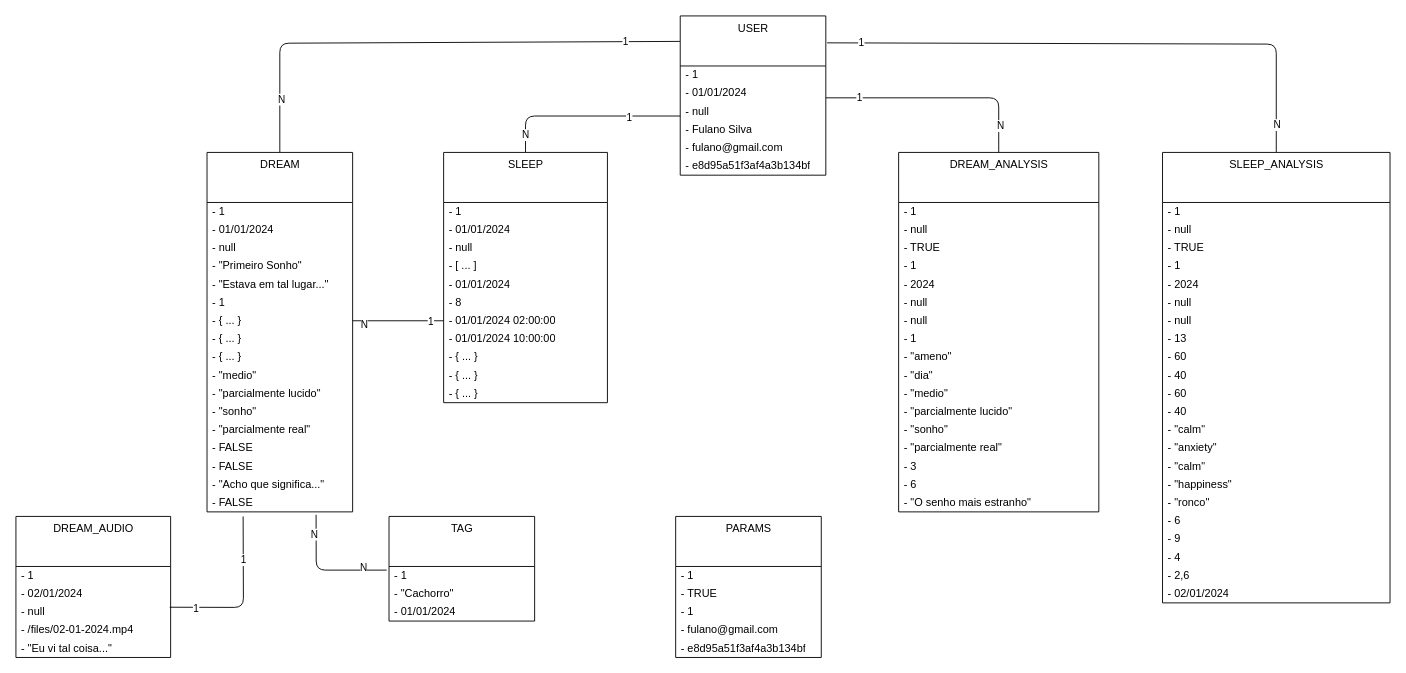
The draw.io diagram docs/diagrama_classe_analise_objeto.drawio in raisson-souza/morfeus-backend, before the edit. Source tidied: cells renumbered, new cells numbered last; positions are measured from the earlier drawing's top-left corner, leaving out a move shared by most shapes. Both pictures are drawn from the tidied source at 91%, with x=0, y=0 at pixel (15, 15).
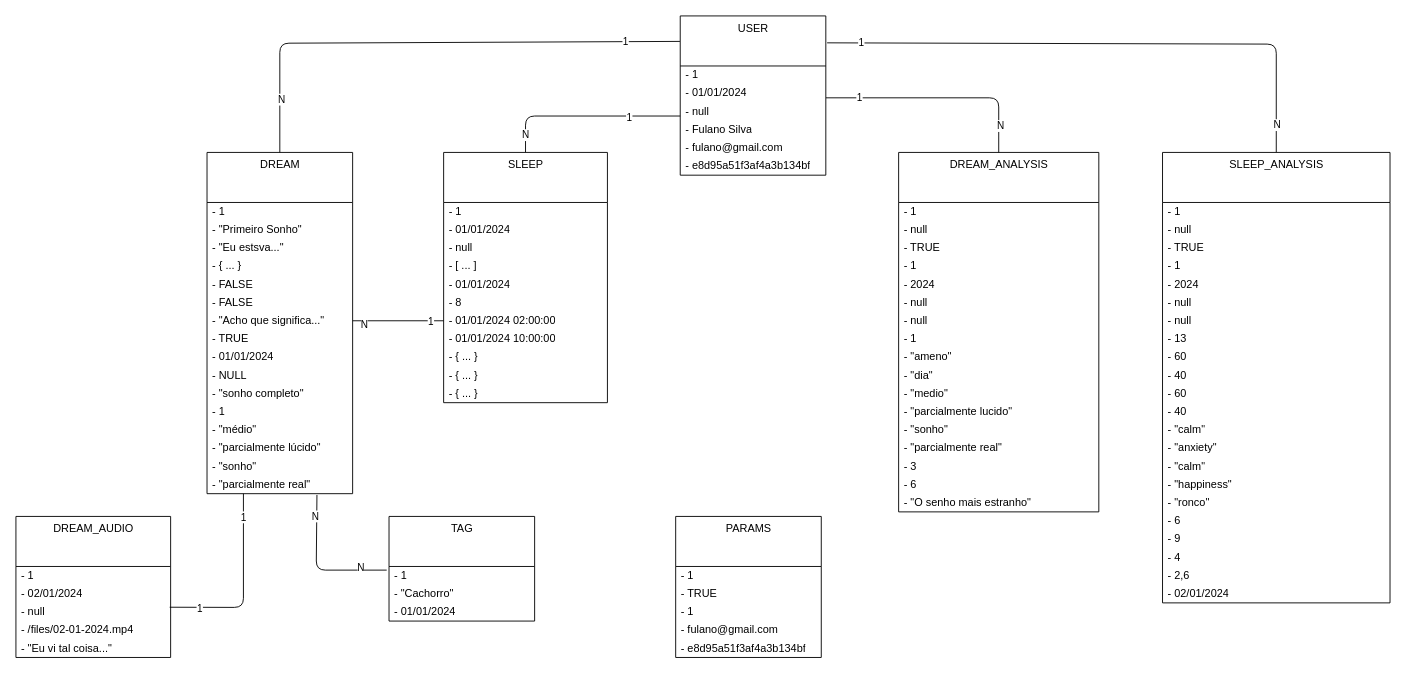
Above is the later version.

Commit message (it also covers changes not shown here):
Ajuste no driagrama de classe e objeto do sonho.

Unchanged cells that the change refers to:
```xml
<mxCell id="43" value="- 1" style="text;html=1;strokeColor=none;fillColor=none;align=left;verticalAlign=middle;spacingLeft=4;spacingRight=4;overflow=hidden;points=[[0,0.5],[1,0.5]];portConstraint=eastwest;rounded=0;strokeWidth=1;" parent="42" vertex="1">
  <mxGeometry y="55" width="160" height="20" as="geometry" />
</mxCell>
<mxCell id="60" value="- null" style="text;html=1;strokeColor=none;fillColor=none;align=left;verticalAlign=middle;spacingLeft=4;spacingRight=4;overflow=hidden;points=[[0,0.5],[1,0.5]];portConstraint=eastwest;rounded=0;strokeWidth=1;" parent="57" vertex="1">
  <mxGeometry y="95" width="170" height="20" as="geometry" />
</mxCell>
```

What changed in the source:
```diff
@@
     <mxCell id="24" value="DREAM" style="swimlane;fontStyle=0;align=center;verticalAlign=top;horizontal=1;startSize=55;html=1;rounded=0;strokeColor=default;strokeWidth=1;" parent="1" vertex="1">
-      <mxGeometry x="210" y="150" width="160" height="395" as="geometry" />
+      <mxGeometry x="210" y="150" width="160" height="375" as="geometry" />
     </mxCell>
@@
-    <mxCell id="26" value="- 01/01/2024" style="text;html=1;strokeColor=none;fillColor=none;align=left;verticalAlign=middle;spacingLeft=4;spacingRight=4;overflow=hidden;rounded=0;strokeWidth=1;" parent="24" vertex="1">
+    <mxCell id="26" value="- &quot;Primeiro Sonho&quot;" style="text;html=1;strokeColor=none;fillColor=none;align=left;verticalAlign=middle;spacingLeft=4;spacingRight=4;overflow=hidden;rounded=0;strokeWidth=1;" parent="24" vertex="1">
       <mxGeometry y="75" width="160" height="20" as="geometry" />
     </mxCell>
-    <mxCell id="27" value="- null" style="text;html=1;strokeColor=none;fillColor=none;align=left;verticalAlign=middle;spacingLeft=4;spacingRight=4;overflow=hidden;rounded=0;strokeWidth=1;" parent="24" vertex="1">
+    <mxCell id="27" value="- &quot;Eu estsva...&quot;" style="text;html=1;strokeColor=none;fillColor=none;align=left;verticalAlign=middle;spacingLeft=4;spacingRight=4;overflow=hidden;rounded=0;strokeWidth=1;" parent="24" vertex="1">
       <mxGeometry y="95" width="160" height="20" as="geometry" />
     </mxCell>
-    <mxCell id="28" value="- &quot;Primeiro Sonho&quot;" style="text;html=1;strokeColor=none;fillColor=none;align=left;verticalAlign=middle;spacingLeft=4;spacingRight=4;overflow=hidden;rounded=0;strokeWidth=1;" parent="24" vertex="1">
+    <mxCell id="28" value="- { ... }" style="text;html=1;strokeColor=none;fillColor=none;align=left;verticalAlign=middle;spacingLeft=4;spacingRight=4;overflow=hidden;rounded=0;strokeWidth=1;" parent="24" vertex="1">
       <mxGeometry y="115" width="160" height="20" as="geometry" />
     </mxCell>
-    <mxCell id="29" value="- &quot;Estava em tal lugar...&quot;" style="text;html=1;strokeColor=none;fillColor=none;align=left;verticalAlign=middle;spacingLeft=4;spacingRight=4;overflow=hidden;rounded=0;strokeWidth=1;" parent="24" vertex="1">
+    <mxCell id="29" value="- FALSE" style="text;html=1;strokeColor=none;fillColor=none;align=left;verticalAlign=middle;spacingLeft=4;spacingRight=4;overflow=hidden;rounded=0;strokeWidth=1;" parent="24" vertex="1">
       <mxGeometry y="135" width="160" height="20" as="geometry" />
     </mxCell>
-    <mxCell id="30" value="- 1" style="text;html=1;strokeColor=none;fillColor=none;align=left;verticalAlign=middle;spacingLeft=4;spacingRight=4;overflow=hidden;rounded=0;strokeWidth=1;" parent="24" vertex="1">
+    <mxCell id="30" value="- FALSE" style="text;html=1;strokeColor=none;fillColor=none;align=left;verticalAlign=middle;spacingLeft=4;spacingRight=4;overflow=hidden;rounded=0;strokeWidth=1;" parent="24" vertex="1">
       <mxGeometry y="155" width="160" height="20" as="geometry" />
     </mxCell>
-    <mxCell id="31" value="- { ... }" style="text;html=1;strokeColor=none;fillColor=none;align=left;verticalAlign=middle;spacingLeft=4;spacingRight=4;overflow=hidden;points=[[0,0.5],[1,0.5]];portConstraint=eastwest;rounded=0;strokeWidth=1;" parent="24" vertex="1">
+    <mxCell id="31" value="- &quot;Acho que significa...&quot;" style="text;html=1;strokeColor=none;fillColor=none;align=left;verticalAlign=middle;spacingLeft=4;spacingRight=4;overflow=hidden;points=[[0,0.5],[1,0.5]];portConstraint=eastwest;rounded=0;strokeWidth=1;" parent="24" vertex="1">
       <mxGeometry y="175" width="160" height="20" as="geometry" />
     </mxCell>
-    <mxCell id="32" value="- { ... }" style="text;html=1;strokeColor=none;fillColor=none;align=left;verticalAlign=middle;spacingLeft=4;spacingRight=4;overflow=hidden;rounded=0;strokeWidth=1;" parent="24" vertex="1">
+    <mxCell id="32" value="- TRUE" style="text;html=1;strokeColor=none;fillColor=none;align=left;verticalAlign=middle;spacingLeft=4;spacingRight=4;overflow=hidden;rounded=0;strokeWidth=1;" parent="24" vertex="1">
       <mxGeometry y="195" width="160" height="20" as="geometry" />
     </mxCell>
-    <mxCell id="33" value="- { ... }" style="text;html=1;strokeColor=none;fillColor=none;align=left;verticalAlign=middle;spacingLeft=4;spacingRight=4;overflow=hidden;rounded=0;strokeWidth=1;" parent="24" vertex="1">
+    <mxCell id="33" value="- 01/01/2024" style="text;html=1;strokeColor=none;fillColor=none;align=left;verticalAlign=middle;spacingLeft=4;spacingRight=4;overflow=hidden;rounded=0;strokeWidth=1;" parent="24" vertex="1">
       <mxGeometry y="215" width="160" height="20" as="geometry" />
     </mxCell>
-    <mxCell id="34" value="- &quot;medio&quot;" style="text;html=1;strokeColor=none;fillColor=none;align=left;verticalAlign=middle;spacingLeft=4;spacingRight=4;overflow=hidden;rounded=0;strokeWidth=1;" parent="24" vertex="1">
+    <mxCell id="34" value="- NULL" style="text;html=1;strokeColor=none;fillColor=none;align=left;verticalAlign=middle;spacingLeft=4;spacingRight=4;overflow=hidden;rounded=0;strokeWidth=1;" parent="24" vertex="1">
       <mxGeometry y="235" width="160" height="20" as="geometry" />
     </mxCell>
-    <mxCell id="35" value="- &quot;parcialmente lucido&quot;" style="text;html=1;strokeColor=none;fillColor=none;align=left;verticalAlign=middle;spacingLeft=4;spacingRight=4;overflow=hidden;rounded=0;strokeWidth=1;" parent="24" vertex="1">
+    <mxCell id="35" value="- &quot;sonho completo&quot;" style="text;html=1;strokeColor=none;fillColor=none;align=left;verticalAlign=middle;spacingLeft=4;spacingRight=4;overflow=hidden;rounded=0;strokeWidth=1;" parent="24" vertex="1">
       <mxGeometry y="255" width="160" height="20" as="geometry" />
     </mxCell>
-    <mxCell id="36" value="- &quot;sonho&quot;" style="text;html=1;strokeColor=none;fillColor=none;align=left;verticalAlign=middle;spacingLeft=4;spacingRight=4;overflow=hidden;rounded=0;strokeWidth=1;" parent="24" vertex="1">
+    <mxCell id="36" value="- 1" style="text;html=1;strokeColor=none;fillColor=none;align=left;verticalAlign=middle;spacingLeft=4;spacingRight=4;overflow=hidden;rounded=0;strokeWidth=1;" parent="24" vertex="1">
       <mxGeometry y="275" width="160" height="20" as="geometry" />
     </mxCell>
-    <mxCell id="37" value="- &quot;parcialmente real&quot;" style="text;html=1;strokeColor=none;fillColor=none;align=left;verticalAlign=middle;spacingLeft=4;spacingRight=4;overflow=hidden;rounded=0;strokeWidth=1;" parent="24" vertex="1">
+    <mxCell id="37" value="- &quot;médio&quot;" style="text;html=1;strokeColor=none;fillColor=none;align=left;verticalAlign=middle;spacingLeft=4;spacingRight=4;overflow=hidden;rounded=0;strokeWidth=1;" parent="24" vertex="1">
       <mxGeometry y="295" width="160" height="20" as="geometry" />
     </mxCell>
-    <mxCell id="38" value="- FALSE" style="text;html=1;strokeColor=none;fillColor=none;align=left;verticalAlign=middle;spacingLeft=4;spacingRight=4;overflow=hidden;rounded=0;strokeWidth=1;" parent="24" vertex="1">
+    <mxCell id="38" value="- &quot;parcialmente lúcido&quot;" style="text;html=1;strokeColor=none;fillColor=none;align=left;verticalAlign=middle;spacingLeft=4;spacingRight=4;overflow=hidden;rounded=0;strokeWidth=1;" parent="24" vertex="1">
       <mxGeometry y="315" width="160" height="20" as="geometry" />
     </mxCell>
-    <mxCell id="39" value="- FALSE" style="text;html=1;strokeColor=none;fillColor=none;align=left;verticalAlign=middle;spacingLeft=4;spacingRight=4;overflow=hidden;rounded=0;strokeWidth=1;" parent="24" vertex="1">
+    <mxCell id="39" value="- &quot;sonho&quot;" style="text;html=1;strokeColor=none;fillColor=none;align=left;verticalAlign=middle;spacingLeft=4;spacingRight=4;overflow=hidden;rounded=0;strokeWidth=1;" parent="24" vertex="1">
       <mxGeometry y="335" width="160" height="20" as="geometry" />
     </mxCell>
-    <mxCell id="40" value="- &quot;Acho que significa...&quot;" style="text;html=1;strokeColor=none;fillColor=none;align=left;verticalAlign=middle;spacingLeft=4;spacingRight=4;overflow=hidden;points=[[0,0.5],[1,0.5]];portConstraint=eastwest;rounded=0;strokeWidth=1;" parent="24" vertex="1">
+    <mxCell id="40" value="- &quot;parcialmente real&quot;" style="text;html=1;strokeColor=none;fillColor=none;align=left;verticalAlign=middle;spacingLeft=4;spacingRight=4;overflow=hidden;points=[[0,0.5],[1,0.5]];portConstraint=eastwest;rounded=0;strokeWidth=1;" parent="24" vertex="1">
       <mxGeometry y="355" width="160" height="20" as="geometry" />
     </mxCell>
-    <mxCell id="41" value="- FALSE" style="text;html=1;strokeColor=none;fillColor=none;align=left;verticalAlign=middle;spacingLeft=4;spacingRight=4;overflow=hidden;points=[[0,0.5],[1,0.5]];portConstraint=eastwest;rounded=0;strokeWidth=1;" parent="24" vertex="1">
-      <mxGeometry y="375" width="160" height="20" as="geometry" />
-    </mxCell>
@@
-    <mxCell id="52" style="edgeStyle=none;html=1;entryX=-0.016;entryY=0.2;entryDx=0;entryDy=0;endArrow=none;endFill=0;exitX=0.749;exitY=1.16;exitDx=0;exitDy=0;exitPerimeter=0;entryPerimeter=0;" parent="1" edge="1" source="41" target="43">
+    <mxCell id="52" style="edgeStyle=none;html=1;entryX=-0.016;entryY=0.2;entryDx=0;entryDy=0;endArrow=none;endFill=0;exitX=0.755;exitY=1.07;exitDx=0;exitDy=0;exitPerimeter=0;entryPerimeter=0;" parent="1" edge="1" source="40" target="43">
       <mxGeometry relative="1" as="geometry">
         <Array as="points">
           <mxPoint x="330" y="609" />
         </Array>
       </mxGeometry>
     </mxCell>
@@
-    <mxCell id="55" value="1" style="edgeStyle=none;html=1;entryX=0.248;entryY=1.25;entryDx=0;entryDy=0;entryPerimeter=0;exitX=0.994;exitY=0.239;exitDx=0;exitDy=0;exitPerimeter=0;endArrow=none;endFill=0;" parent="1" edge="1" source="60" target="41">
+    <mxCell id="55" value="1" style="edgeStyle=none;html=1;exitX=0.994;exitY=0.239;exitDx=0;exitDy=0;exitPerimeter=0;endArrow=none;endFill=0;entryX=0.25;entryY=1;entryDx=0;entryDy=0;" parent="1" edge="1" source="60" target="24">
       <mxGeometry x="-0.68" y="-1" relative="1" as="geometry">
         <Array as="points">
           <mxPoint x="250" y="650" />
         </Array>
       </mxGeometry>
     </mxCell>
     <mxCell id="56" value="1" style="edgeLabel;html=1;align=center;verticalAlign=middle;" parent="55" vertex="1">
       <mxGeometry x="0.82" y="2" relative="1" as="geometry">
-        <mxPoint x="2" y="31" as="offset" />
+        <mxPoint x="2" y="6" as="offset" />
       </mxGeometry>
     </mxCell>
```
